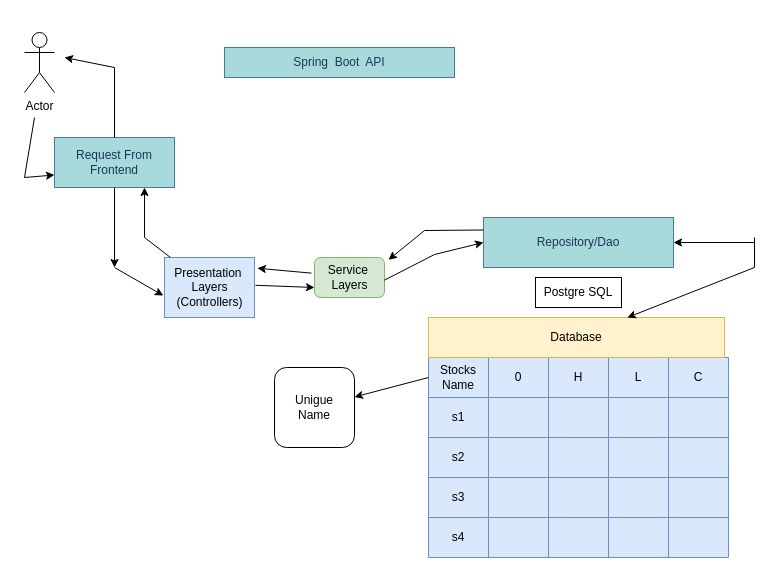
Above: Untitled Diagram.drawio in Suvojit2020/drawio (draw.io), before the change. Source tidied: cells renumbered, new cells numbered last; positions are measured from the earlier drawing's top-left corner, leaving out a move shared by most shapes. Both pictures are drawn from the tidied source at 100%, with x=0, y=0 at pixel (24, 32).
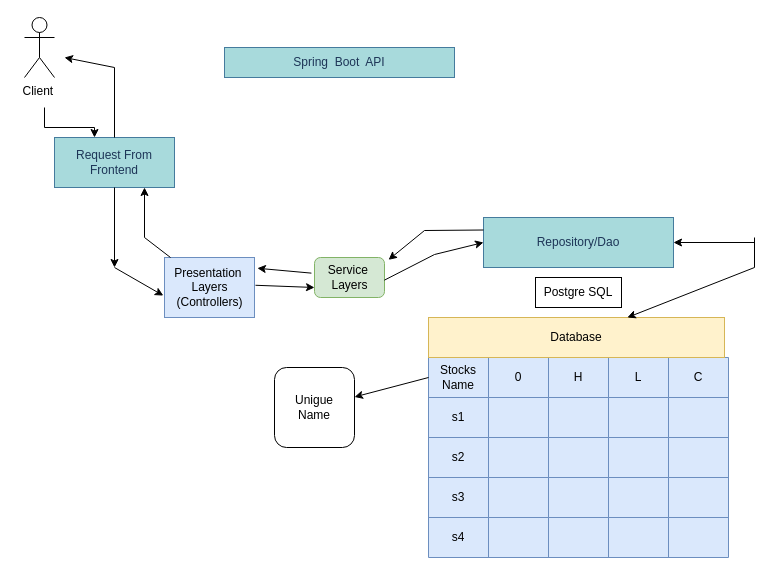
After the change.

The change refers to these unchanged cells:
```xml
<mxCell id="3" value="Request From Frontend" style="rounded=0;arcSize=10;whiteSpace=wrap;html=1;align=center;fillColor=#A8DADC;strokeColor=#457B9D;fontColor=#1D3557;" parent="1" vertex="1">
  <mxGeometry x="30" y="105" width="120" height="50" as="geometry" />
</mxCell>
```

Change to the diagram source:
```diff
@@
+    <mxCell id="54" style="edgeStyle=orthogonalEdgeStyle;rounded=0;jettySize=auto;html=1;" parent="1" edge="1" target="3">
+      <mxGeometry relative="1" as="geometry">
+        <mxPoint x="20" y="75" as="sourcePoint" />
+        <Array as="points">
+          <mxPoint x="20" y="95" />
+          <mxPoint x="70" y="95" />
+        </Array>
+      </mxGeometry>
+    </mxCell>
-    <mxCell id="51" value="Actor" style="shape=umlActor;verticalLabelPosition=bottom;verticalAlign=top;html=1;rounded=1;shadow=0;sketch=0;" parent="1" vertex="1">
-      <mxGeometry width="30" height="60" as="geometry" />
+    <mxCell id="51" value="Client&amp;nbsp;" style="shape=umlActor;verticalLabelPosition=bottom;verticalAlign=top;html=1;rounded=1;shadow=0;sketch=0;" parent="1" vertex="1">
+      <mxGeometry y="-15" width="30" height="60" as="geometry" />
     </mxCell>
-    <mxCell id="52" style="endArrow=classic;html=1;rounded=0;entryX=0;entryY=0.75;entryDx=0;entryDy=0;" parent="1" edge="1" target="3">
-      <mxGeometry relative="1" as="geometry">
-        <mxPoint x="10" y="85" as="sourcePoint" />
-        <Array as="points">
-          <mxPoint y="145" />
-        </Array>
-      </mxGeometry>
-    </mxCell>
```
